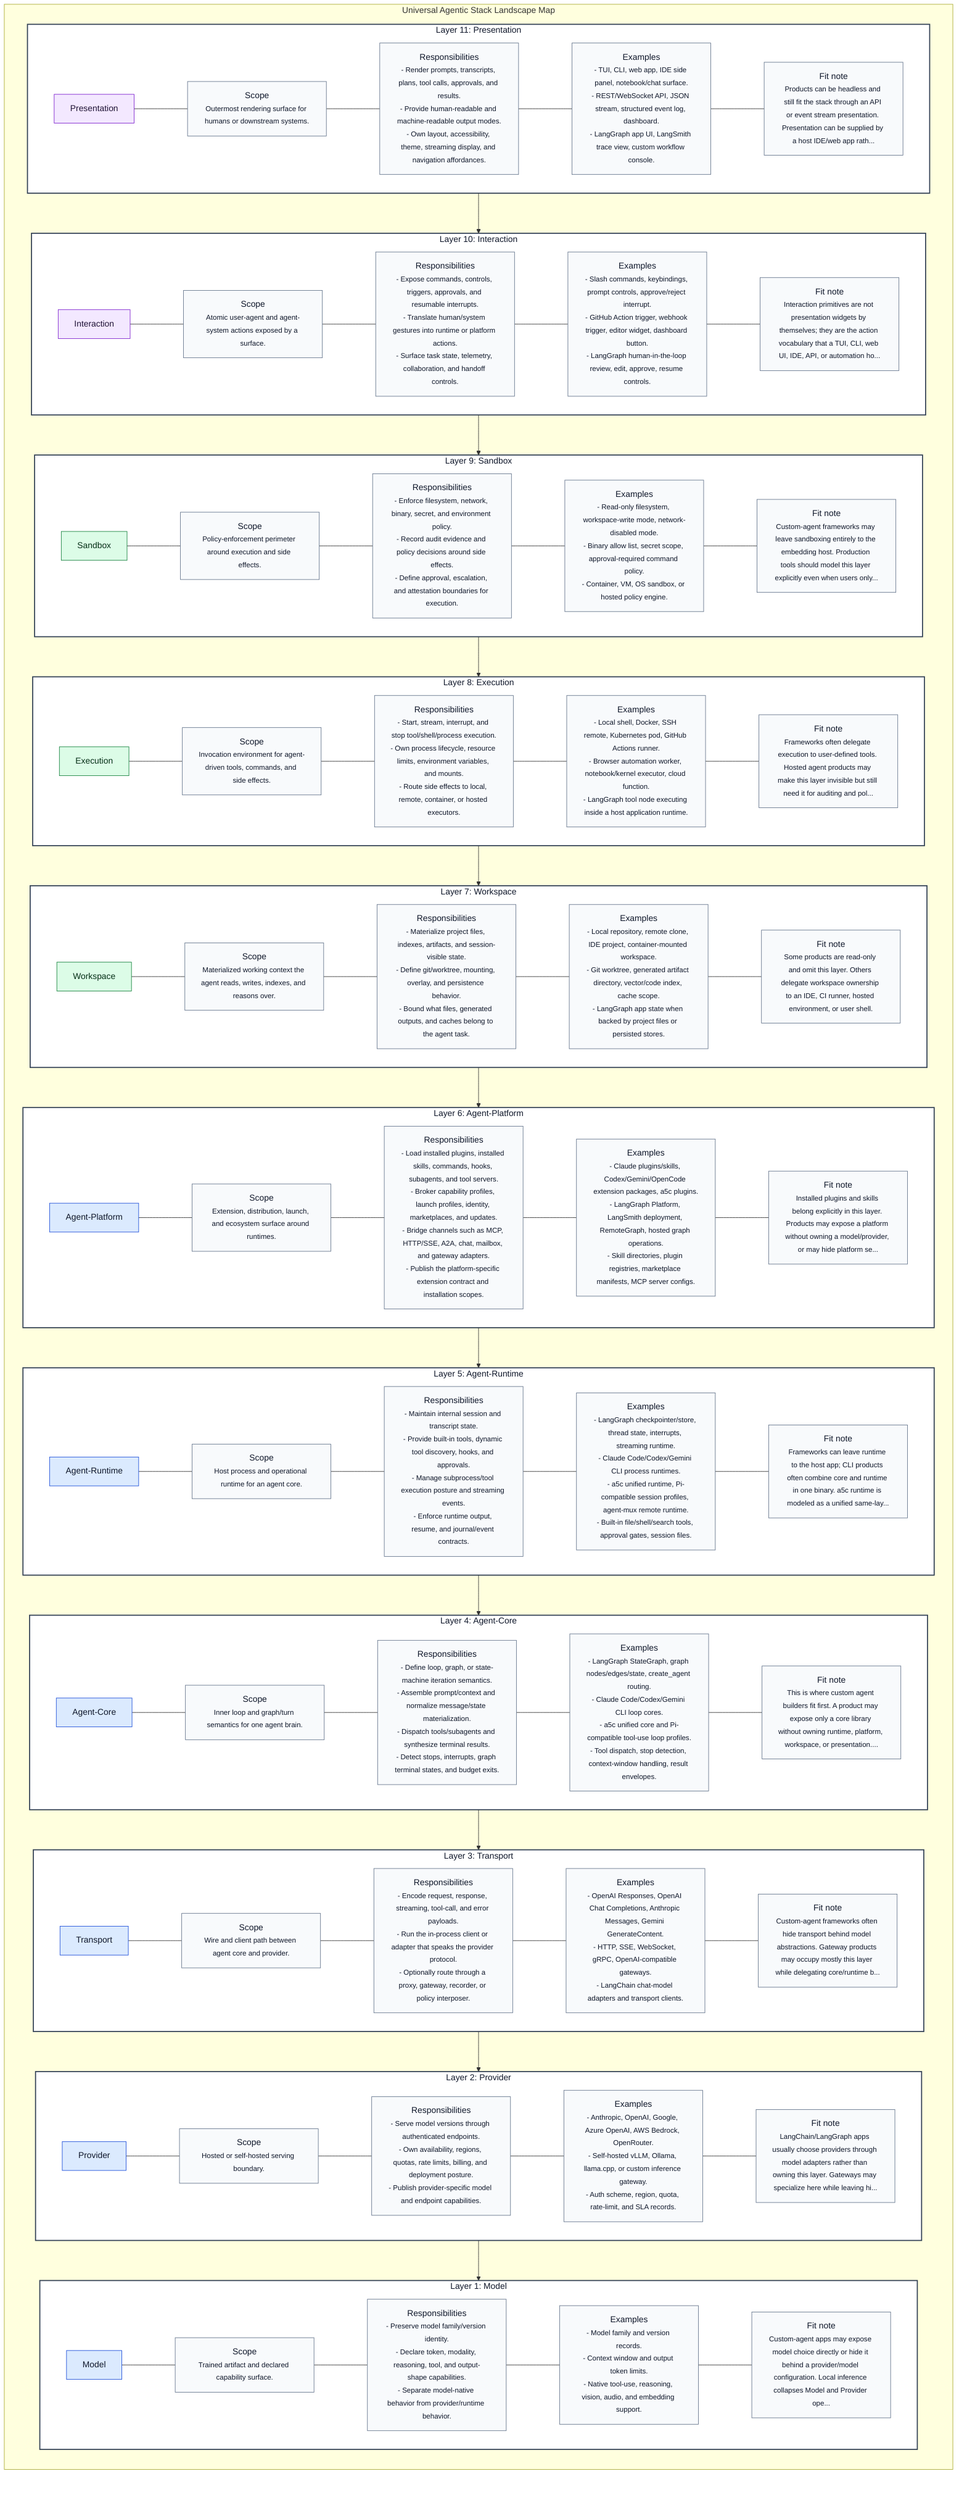
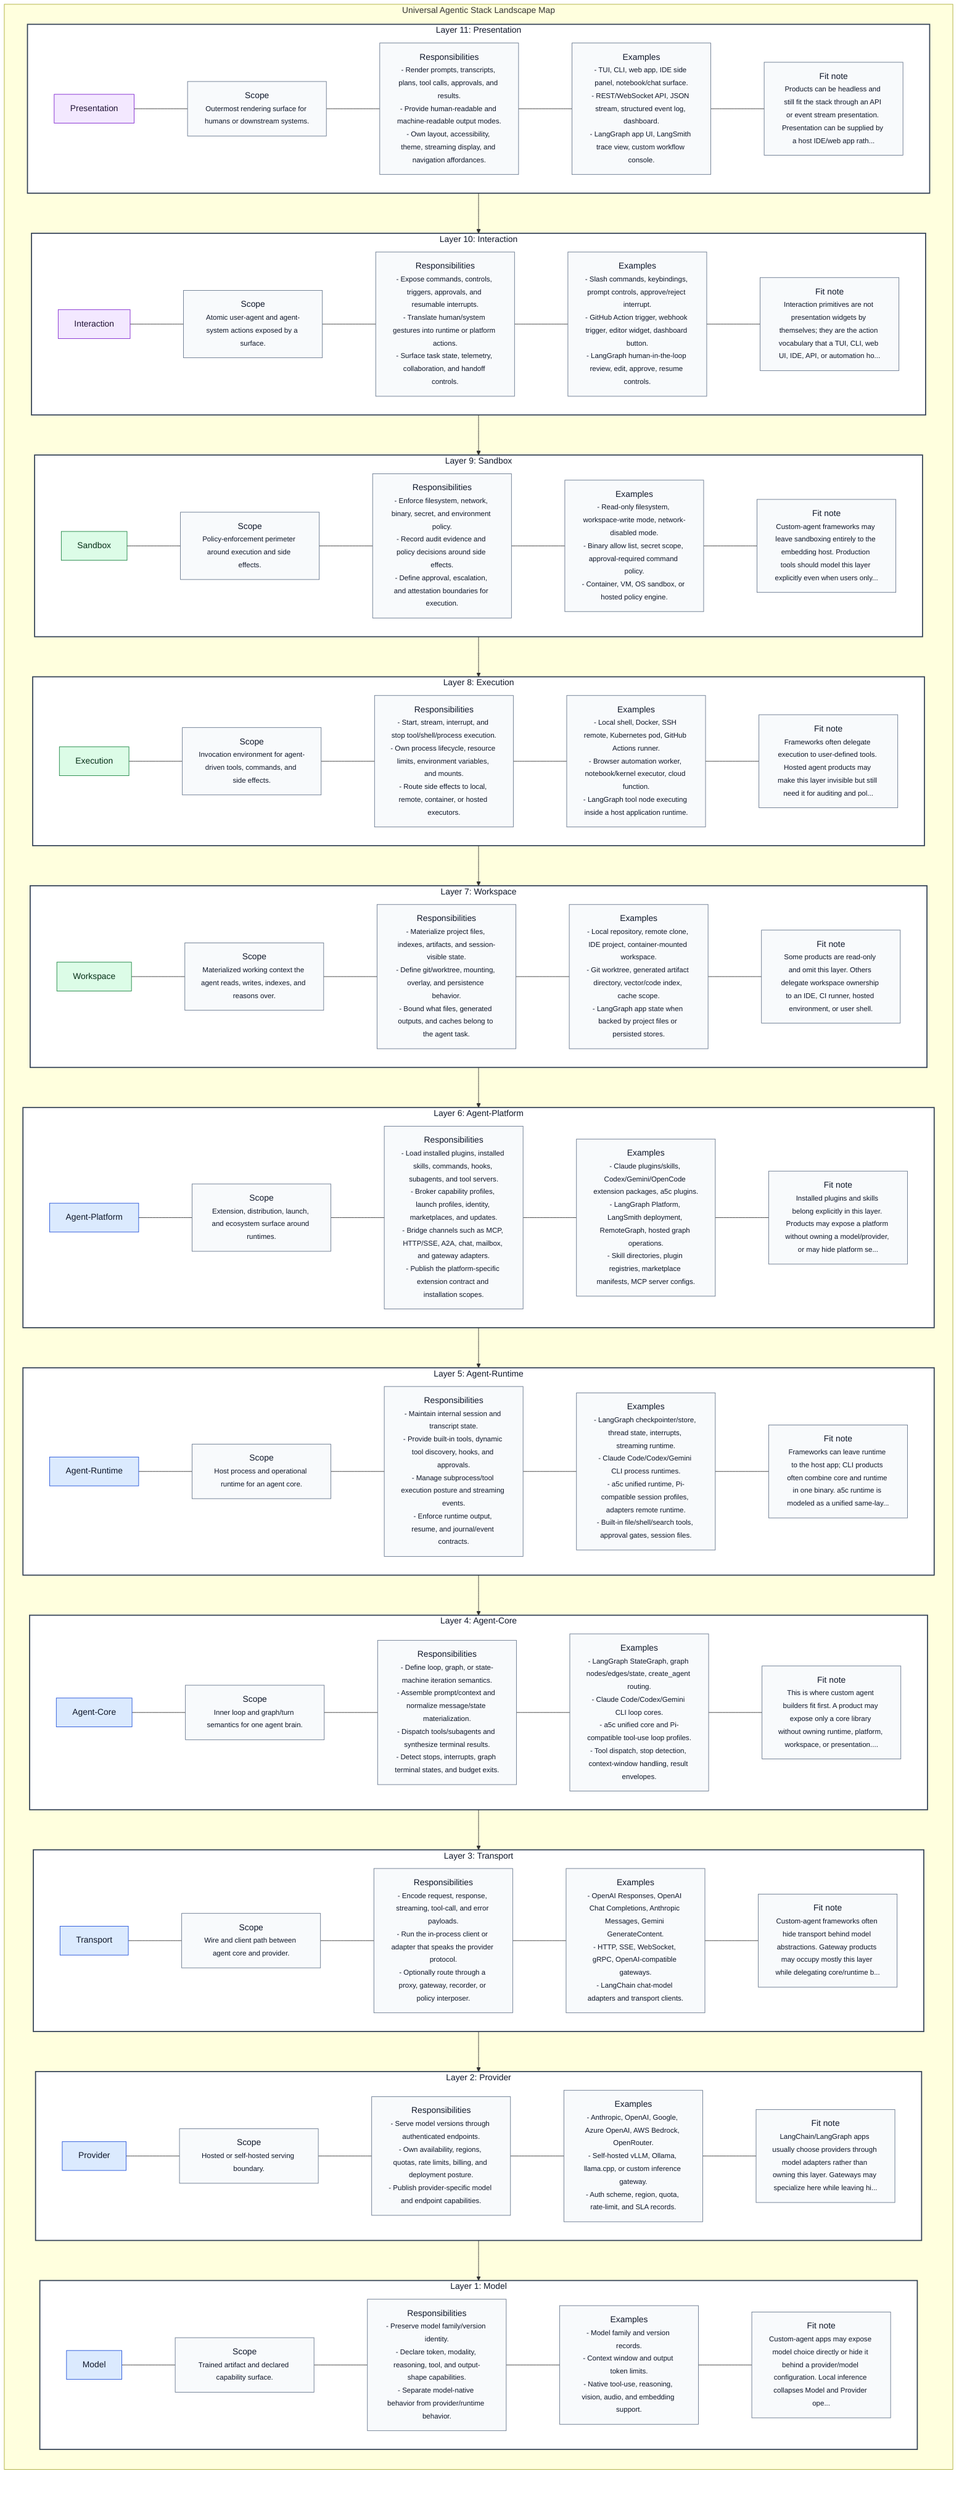
flowchart TB
  classDef interface fill:#f3e8ff,stroke:#7e22ce,stroke-width:1px,color:#1f1235;
  classDef lifecycle fill:#dcfce7,stroke:#15803d,stroke-width:1px,color:#052e16;
  classDef compute fill:#dbeafe,stroke:#1d4ed8,stroke-width:1px,color:#0f172a;
  classDef internal fill:#f8fafc,stroke:#64748b,stroke-width:1px,color:#0f172a;
  classDef band fill:#ffffff,stroke:#334155,stroke-width:2px,color:#0f172a;

  subgraph stack["Universal Agentic Stack Landscape Map"]
    direction TB
    subgraph layer_11_presentation_band["Layer 11: Presentation"]
      direction LR
      layer_11_presentation["Presentation"]
      layer_11_presentation_scope["Scope<br/><small>Outermost rendering surface for humans or downstream systems.</small>"]
      layer_11_presentation_resp["Responsibilities<br/><small>- Render prompts, transcripts, plans, tool calls, approvals, and results.<br/>- Provide human-readable and machine-readable output modes.<br/>- Own layout, accessibility, theme, streaming display, and navigation affordances.</small>"]
      layer_11_presentation_examples["Examples<br/><small>- TUI, CLI, web app, IDE side panel, notebook/chat surface.<br/>- REST/WebSocket API, JSON stream, structured event log, dashboard.<br/>- LangGraph app UI, LangSmith trace view, custom workflow console.</small>"]
      layer_11_presentation_fit["Fit note<br/><small>Products can be headless and still fit the stack through an API or event stream presentation. Presentation can be supplied by a host IDE/web app rath...</small>"]
      layer_11_presentation --- layer_11_presentation_scope --- layer_11_presentation_resp --- layer_11_presentation_examples --- layer_11_presentation_fit
    end
    subgraph layer_10_interaction_band["Layer 10: Interaction"]
      direction LR
      layer_10_interaction["Interaction"]
      layer_10_interaction_scope["Scope<br/><small>Atomic user-agent and agent-system actions exposed by a surface.</small>"]
      layer_10_interaction_resp["Responsibilities<br/><small>- Expose commands, controls, triggers, approvals, and resumable interrupts.<br/>- Translate human/system gestures into runtime or platform actions.<br/>- Surface task state, telemetry, collaboration, and handoff controls.</small>"]
      layer_10_interaction_examples["Examples<br/><small>- Slash commands, keybindings, prompt controls, approve/reject interrupt.<br/>- GitHub Action trigger, webhook trigger, editor widget, dashboard button.<br/>- LangGraph human-in-the-loop review, edit, approve, resume controls.</small>"]
      layer_10_interaction_fit["Fit note<br/><small>Interaction primitives are not presentation widgets by themselves; they are the action vocabulary that a TUI, CLI, web UI, IDE, API, or automation ho...</small>"]
      layer_10_interaction --- layer_10_interaction_scope --- layer_10_interaction_resp --- layer_10_interaction_examples --- layer_10_interaction_fit
    end
    subgraph layer_9_sandbox_band["Layer 9: Sandbox"]
      direction LR
      layer_9_sandbox["Sandbox"]
      layer_9_sandbox_scope["Scope<br/><small>Policy-enforcement perimeter around execution and side effects.</small>"]
      layer_9_sandbox_resp["Responsibilities<br/><small>- Enforce filesystem, network, binary, secret, and environment policy.<br/>- Record audit evidence and policy decisions around side effects.<br/>- Define approval, escalation, and attestation boundaries for execution.</small>"]
      layer_9_sandbox_examples["Examples<br/><small>- Read-only filesystem, workspace-write mode, network-disabled mode.<br/>- Binary allow list, secret scope, approval-required command policy.<br/>- Container, VM, OS sandbox, or hosted policy engine.</small>"]
      layer_9_sandbox_fit["Fit note<br/><small>Custom-agent frameworks may leave sandboxing entirely to the embedding host. Production tools should model this layer explicitly even when users only...</small>"]
      layer_9_sandbox --- layer_9_sandbox_scope --- layer_9_sandbox_resp --- layer_9_sandbox_examples --- layer_9_sandbox_fit
    end
    subgraph layer_8_execution_band["Layer 8: Execution"]
      direction LR
      layer_8_execution["Execution"]
      layer_8_execution_scope["Scope<br/><small>Invocation environment for agent-driven tools, commands, and side effects.</small>"]
      layer_8_execution_resp["Responsibilities<br/><small>- Start, stream, interrupt, and stop tool/shell/process execution.<br/>- Own process lifecycle, resource limits, environment variables, and mounts.<br/>- Route side effects to local, remote, container, or hosted executors.</small>"]
      layer_8_execution_examples["Examples<br/><small>- Local shell, Docker, SSH remote, Kubernetes pod, GitHub Actions runner.<br/>- Browser automation worker, notebook/kernel executor, cloud function.<br/>- LangGraph tool node executing inside a host application runtime.</small>"]
      layer_8_execution_fit["Fit note<br/><small>Frameworks often delegate execution to user-defined tools. Hosted agent products may make this layer invisible but still need it for auditing and pol...</small>"]
      layer_8_execution --- layer_8_execution_scope --- layer_8_execution_resp --- layer_8_execution_examples --- layer_8_execution_fit
    end
    subgraph layer_7_workspace_band["Layer 7: Workspace"]
      direction LR
      layer_7_workspace["Workspace"]
      layer_7_workspace_scope["Scope<br/><small>Materialized working context the agent reads, writes, indexes, and reasons over.</small>"]
      layer_7_workspace_resp["Responsibilities<br/><small>- Materialize project files, indexes, artifacts, and session-visible state.<br/>- Define git/worktree, mounting, overlay, and persistence behavior.<br/>- Bound what files, generated outputs, and caches belong to the agent task.</small>"]
      layer_7_workspace_examples["Examples<br/><small>- Local repository, remote clone, IDE project, container-mounted workspace.<br/>- Git worktree, generated artifact directory, vector/code index, cache scope.<br/>- LangGraph app state when backed by project files or persisted stores.</small>"]
      layer_7_workspace_fit["Fit note<br/><small>Some products are read-only and omit this layer. Others delegate workspace ownership to an IDE, CI runner, hosted environment, or user shell.</small>"]
      layer_7_workspace --- layer_7_workspace_scope --- layer_7_workspace_resp --- layer_7_workspace_examples --- layer_7_workspace_fit
    end
    subgraph layer_6_agent_platform_band["Layer 6: Agent-Platform"]
      direction LR
      layer_6_agent_platform["Agent-Platform"]
      layer_6_agent_platform_scope["Scope<br/><small>Extension, distribution, launch, and ecosystem surface around runtimes.</small>"]
      layer_6_agent_platform_resp["Responsibilities<br/><small>- Load installed plugins, installed skills, commands, hooks, subagents, and tool servers.<br/>- Broker capability profiles, launch profiles, identity, marketplaces, and updates.<br/>- Bridge channels such as MCP, HTTP/SSE, A2A, chat, mailbox, and gateway adapters.<br/>- Publish the platform-specific extension contract and installation scopes.</small>"]
      layer_6_agent_platform_examples["Examples<br/><small>- Claude plugins/skills, Codex/Gemini/OpenCode extension packages, a5c plugins.<br/>- LangGraph Platform, LangSmith deployment, RemoteGraph, hosted graph operations.<br/>- Skill directories, plugin registries, marketplace manifests, MCP server configs.</small>"]
      layer_6_agent_platform_fit["Fit note<br/><small>Installed plugins and skills belong explicitly in this layer. Products may expose a platform without owning a model/provider, or may hide platform se...</small>"]
      layer_6_agent_platform --- layer_6_agent_platform_scope --- layer_6_agent_platform_resp --- layer_6_agent_platform_examples --- layer_6_agent_platform_fit
    end
    subgraph layer_5_agent_runtime_band["Layer 5: Agent-Runtime"]
      direction LR
      layer_5_agent_runtime["Agent-Runtime"]
      layer_5_agent_runtime_scope["Scope<br/><small>Host process and operational runtime for an agent core.</small>"]
      layer_5_agent_runtime_resp["Responsibilities<br/><small>- Maintain internal session and transcript state.<br/>- Provide built-in tools, dynamic tool discovery, hooks, and approvals.<br/>- Manage subprocess/tool execution posture and streaming events.<br/>- Enforce runtime output, resume, and journal/event contracts.</small>"]
-       layer_5_agent_runtime_examples["Examples<br/><small>- LangGraph checkpointer/store, thread state, interrupts, streaming runtime.<br/>- Claude Code/Codex/Gemini CLI process runtimes.<br/>- a5c unified runtime, Pi-compatible session profiles, agent-mux remote runtime.<br/>- Built-in file/shell/search tools, approval gates, session files.</small>"]
+       layer_5_agent_runtime_examples["Examples<br/><small>- LangGraph checkpointer/store, thread state, interrupts, streaming runtime.<br/>- Claude Code/Codex/Gemini CLI process runtimes.<br/>- a5c unified runtime, Pi-compatible session profiles, adapters remote runtime.<br/>- Built-in file/shell/search tools, approval gates, session files.</small>"]
      layer_5_agent_runtime_fit["Fit note<br/><small>Frameworks can leave runtime to the host app; CLI products often combine core and runtime in one binary. a5c runtime is modeled as a unified same-lay...</small>"]
      layer_5_agent_runtime --- layer_5_agent_runtime_scope --- layer_5_agent_runtime_resp --- layer_5_agent_runtime_examples --- layer_5_agent_runtime_fit
    end
    subgraph layer_4_agent_core_band["Layer 4: Agent-Core"]
      direction LR
      layer_4_agent_core["Agent-Core"]
      layer_4_agent_core_scope["Scope<br/><small>Inner loop and graph/turn semantics for one agent brain.</small>"]
      layer_4_agent_core_resp["Responsibilities<br/><small>- Define loop, graph, or state-machine iteration semantics.<br/>- Assemble prompt/context and normalize message/state materialization.<br/>- Dispatch tools/subagents and synthesize terminal results.<br/>- Detect stops, interrupts, graph terminal states, and budget exits.</small>"]
      layer_4_agent_core_examples["Examples<br/><small>- LangGraph StateGraph, graph nodes/edges/state, create_agent routing.<br/>- Claude Code/Codex/Gemini CLI loop cores.<br/>- a5c unified core and Pi-compatible tool-use loop profiles.<br/>- Tool dispatch, stop detection, context-window handling, result envelopes.</small>"]
      layer_4_agent_core_fit["Fit note<br/><small>This is where custom agent builders fit first. A product may expose only a core library without owning runtime, platform, workspace, or presentation....</small>"]
      layer_4_agent_core --- layer_4_agent_core_scope --- layer_4_agent_core_resp --- layer_4_agent_core_examples --- layer_4_agent_core_fit
    end
    subgraph layer_3_transport_band["Layer 3: Transport"]
      direction LR
      layer_3_transport["Transport"]
      layer_3_transport_scope["Scope<br/><small>Wire and client path between agent core and provider.</small>"]
      layer_3_transport_resp["Responsibilities<br/><small>- Encode request, response, streaming, tool-call, and error payloads.<br/>- Run the in-process client or adapter that speaks the provider protocol.<br/>- Optionally route through a proxy, gateway, recorder, or policy interposer.</small>"]
      layer_3_transport_examples["Examples<br/><small>- OpenAI Responses, OpenAI Chat Completions, Anthropic Messages, Gemini GenerateContent.<br/>- HTTP, SSE, WebSocket, gRPC, OpenAI-compatible gateways.<br/>- LangChain chat-model adapters and transport clients.</small>"]
      layer_3_transport_fit["Fit note<br/><small>Custom-agent frameworks often hide transport behind model abstractions. Gateway products may occupy mostly this layer while delegating core/runtime b...</small>"]
      layer_3_transport --- layer_3_transport_scope --- layer_3_transport_resp --- layer_3_transport_examples --- layer_3_transport_fit
    end
    subgraph layer_2_provider_band["Layer 2: Provider"]
      direction LR
      layer_2_provider["Provider"]
      layer_2_provider_scope["Scope<br/><small>Hosted or self-hosted serving boundary.</small>"]
      layer_2_provider_resp["Responsibilities<br/><small>- Serve model versions through authenticated endpoints.<br/>- Own availability, regions, quotas, rate limits, billing, and deployment posture.<br/>- Publish provider-specific model and endpoint capabilities.</small>"]
      layer_2_provider_examples["Examples<br/><small>- Anthropic, OpenAI, Google, Azure OpenAI, AWS Bedrock, OpenRouter.<br/>- Self-hosted vLLM, Ollama, llama.cpp, or custom inference gateway.<br/>- Auth scheme, region, quota, rate-limit, and SLA records.</small>"]
      layer_2_provider_fit["Fit note<br/><small>LangChain/LangGraph apps usually choose providers through model adapters rather than owning this layer. Gateways may specialize here while leaving hi...</small>"]
      layer_2_provider --- layer_2_provider_scope --- layer_2_provider_resp --- layer_2_provider_examples --- layer_2_provider_fit
    end
    subgraph layer_1_model_band["Layer 1: Model"]
      direction LR
      layer_1_model["Model"]
      layer_1_model_scope["Scope<br/><small>Trained artifact and declared capability surface.</small>"]
      layer_1_model_resp["Responsibilities<br/><small>- Preserve model family/version identity.<br/>- Declare token, modality, reasoning, tool, and output-shape capabilities.<br/>- Separate model-native behavior from provider/runtime behavior.</small>"]
      layer_1_model_examples["Examples<br/><small>- Model family and version records.<br/>- Context window and output token limits.<br/>- Native tool-use, reasoning, vision, audio, and embedding support.</small>"]
      layer_1_model_fit["Fit note<br/><small>Custom-agent apps may expose model choice directly or hide it behind a provider/model configuration. Local inference collapses Model and Provider ope...</small>"]
      layer_1_model --- layer_1_model_scope --- layer_1_model_resp --- layer_1_model_examples --- layer_1_model_fit
    end
  end
  layer_11_presentation --> layer_10_interaction
  layer_10_interaction --> layer_9_sandbox
  layer_9_sandbox --> layer_8_execution
  layer_8_execution --> layer_7_workspace
  layer_7_workspace --> layer_6_agent_platform
  layer_6_agent_platform --> layer_5_agent_runtime
  layer_5_agent_runtime --> layer_4_agent_core
  layer_4_agent_core --> layer_3_transport
  layer_3_transport --> layer_2_provider
  layer_2_provider --> layer_1_model
  class layer_11_presentation interface;
  class layer_11_presentation_band band;
  class layer_11_presentation_scope,layer_11_presentation_resp,layer_11_presentation_examples,layer_11_presentation_fit internal;
  class layer_10_interaction interface;
  class layer_10_interaction_band band;
  class layer_10_interaction_scope,layer_10_interaction_resp,layer_10_interaction_examples,layer_10_interaction_fit internal;
  class layer_9_sandbox lifecycle;
  class layer_9_sandbox_band band;
  class layer_9_sandbox_scope,layer_9_sandbox_resp,layer_9_sandbox_examples,layer_9_sandbox_fit internal;
  class layer_8_execution lifecycle;
  class layer_8_execution_band band;
  class layer_8_execution_scope,layer_8_execution_resp,layer_8_execution_examples,layer_8_execution_fit internal;
  class layer_7_workspace lifecycle;
  class layer_7_workspace_band band;
  class layer_7_workspace_scope,layer_7_workspace_resp,layer_7_workspace_examples,layer_7_workspace_fit internal;
  class layer_6_agent_platform compute;
  class layer_6_agent_platform_band band;
  class layer_6_agent_platform_scope,layer_6_agent_platform_resp,layer_6_agent_platform_examples,layer_6_agent_platform_fit internal;
  class layer_5_agent_runtime compute;
  class layer_5_agent_runtime_band band;
  class layer_5_agent_runtime_scope,layer_5_agent_runtime_resp,layer_5_agent_runtime_examples,layer_5_agent_runtime_fit internal;
  class layer_4_agent_core compute;
  class layer_4_agent_core_band band;
  class layer_4_agent_core_scope,layer_4_agent_core_resp,layer_4_agent_core_examples,layer_4_agent_core_fit internal;
  class layer_3_transport compute;
  class layer_3_transport_band band;
  class layer_3_transport_scope,layer_3_transport_resp,layer_3_transport_examples,layer_3_transport_fit internal;
  class layer_2_provider compute;
  class layer_2_provider_band band;
  class layer_2_provider_scope,layer_2_provider_resp,layer_2_provider_examples,layer_2_provider_fit internal;
  class layer_1_model compute;
  class layer_1_model_band band;
  class layer_1_model_scope,layer_1_model_resp,layer_1_model_examples,layer_1_model_fit internal;
